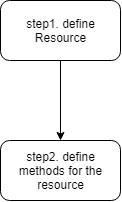
Above: rest_api_vocabs.png in stsiwo/rest_api_vocabs (draw.io), before the change. Source tidied: cells renumbered, new cells last; positions are measured from the earlier drawing's top-left corner, leaving out a move shared by most shapes. Source of this version:
```xml
<mxGraphModel>
  <root>
    <mxCell id="0" />
    <mxCell id="1" parent="0" />
    <mxCell id="2" style="edgeStyle=none;rounded=0;html=1;startArrow=none;startFill=0;jettySize=auto;" parent="1" edge="1" source="3" target="4">
      <mxGeometry relative="1" as="geometry" />
    </mxCell>
    <mxCell id="3" value="step1. define Resource" style="rounded=1;whiteSpace=wrap;html=1;" parent="1" vertex="1">
      <mxGeometry width="120" height="60" as="geometry" />
    </mxCell>
    <mxCell id="4" value="step2. define methods for the resource" style="rounded=1;whiteSpace=wrap;html=1;" parent="1" vertex="1">
      <mxGeometry y="140" width="120" height="60" as="geometry" />
    </mxCell>
  </root>
</mxGraphModel>
```
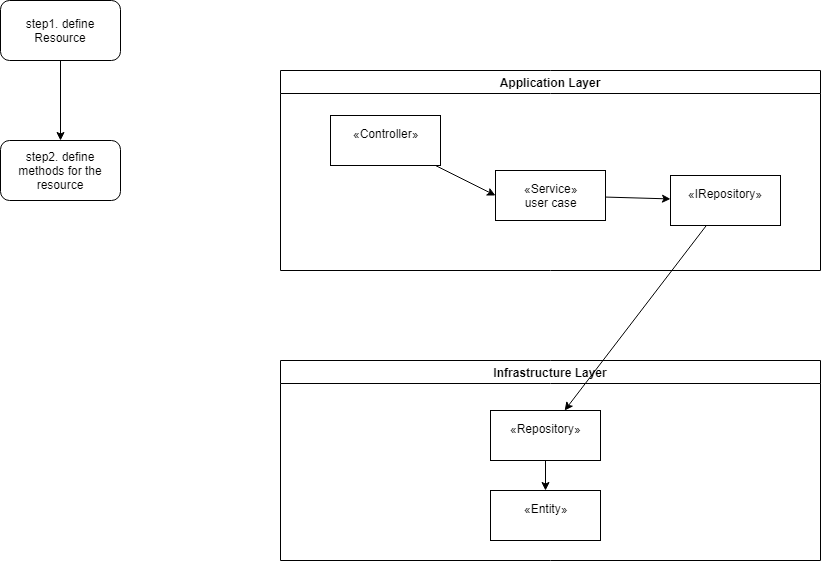
The same file after the commit.

What changed in the source:
```diff
@@ -11,5 +11,38 @@
     <mxCell id="4" value="step2. define methods for the resource" style="rounded=1;whiteSpace=wrap;html=1;" parent="1" vertex="1">
       <mxGeometry y="140" width="120" height="60" as="geometry" />
     </mxCell>
+    <mxCell id="5" value="Application Layer" style="swimlane;" parent="1" vertex="1">
+      <mxGeometry x="280" y="70" width="540" height="200" as="geometry" />
+    </mxCell>
+    <mxCell id="6" style="rounded=0;html=1;entryX=0;entryY=0.5;entryDx=0;entryDy=0;jettySize=auto;" parent="5" edge="1" source="7" target="9">
+      <mxGeometry relative="1" as="geometry" />
+    </mxCell>
+    <mxCell id="7" value="«Controller»&lt;br&gt;&lt;br&gt;" style="html=1;" parent="5" vertex="1">
+      <mxGeometry x="50" y="45" width="110" height="50" as="geometry" />
+    </mxCell>
+    <mxCell id="8" style="edgeStyle=none;rounded=0;html=1;jettySize=auto;" parent="5" edge="1" source="9" target="10">
+      <mxGeometry relative="1" as="geometry" />
+    </mxCell>
+    <mxCell id="9" value="«Service»&lt;br&gt;user case&lt;br&gt;" style="html=1;" parent="5" vertex="1">
+      <mxGeometry x="215" y="100" width="110" height="50" as="geometry" />
+    </mxCell>
+    <mxCell id="10" value="«IRepository»&lt;br&gt;&lt;br&gt;" style="html=1;" parent="5" vertex="1">
+      <mxGeometry x="390" y="105" width="110" height="50" as="geometry" />
+    </mxCell>
+    <mxCell id="11" value="Infrastructure Layer" style="swimlane;" parent="1" vertex="1">
+      <mxGeometry x="280" y="360" width="540" height="200" as="geometry" />
+    </mxCell>
+    <mxCell id="12" style="edgeStyle=none;rounded=0;html=1;jettySize=auto;" parent="11" edge="1" source="13" target="14">
+      <mxGeometry relative="1" as="geometry" />
+    </mxCell>
+    <mxCell id="13" value="«Repository»&lt;br&gt;&lt;br&gt;" style="html=1;" parent="11" vertex="1">
+      <mxGeometry x="210" y="50" width="110" height="50" as="geometry" />
+    </mxCell>
+    <mxCell id="14" value="«Entity»&lt;br&gt;&lt;br&gt;" style="html=1;" parent="11" vertex="1">
+      <mxGeometry x="210" y="130" width="110" height="50" as="geometry" />
+    </mxCell>
+    <mxCell id="15" style="edgeStyle=none;rounded=0;html=1;jettySize=auto;" parent="1" edge="1" source="10" target="13">
+      <mxGeometry relative="1" as="geometry" />
+    </mxCell>
   </root>
 </mxGraphModel>
```
